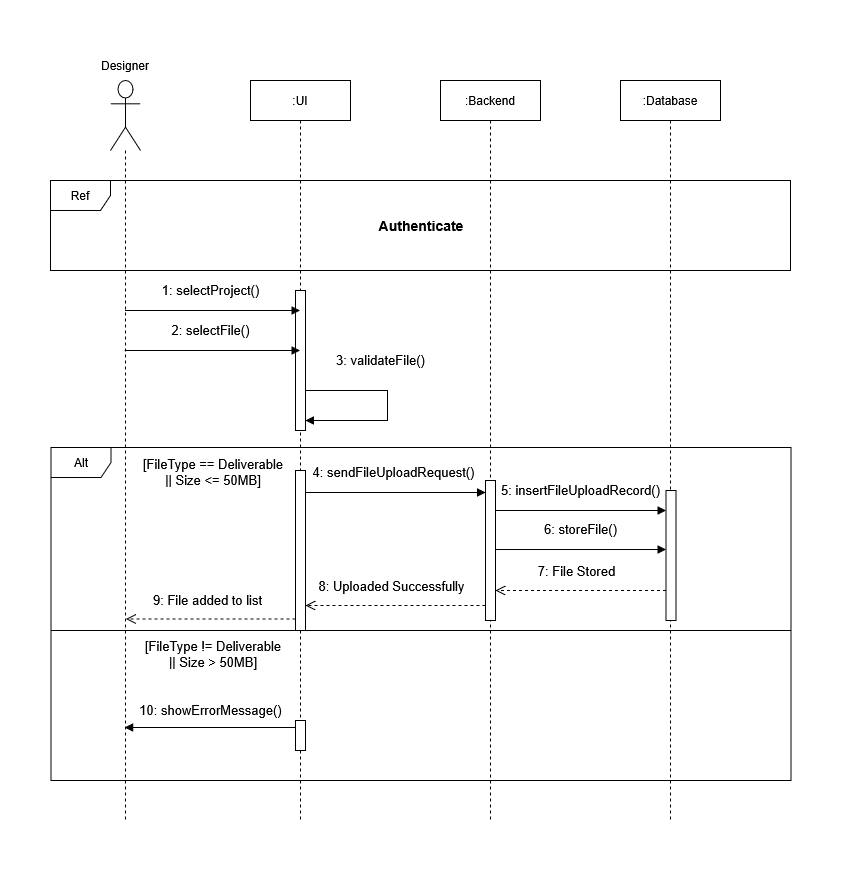
Above: docs/diagrams/SequenceFileUpload.drawio.png in mahdi000666/DesignFlow (draw.io), before the change. Source tidied: cells renumbered, new cells last; positions are measured from the earlier drawing's top-left corner, leaving out a move shared by most shapes.
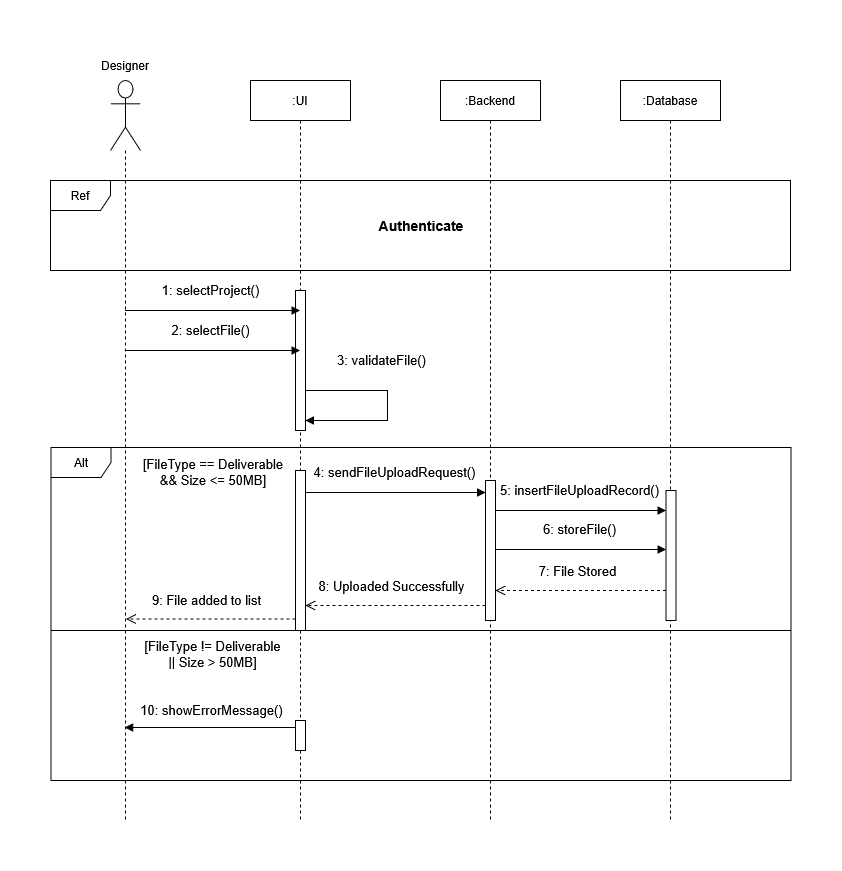
After the commit.

Change to the diagram source:
```diff
@@ -77,7 +77,7 @@
     <mxCell id="19" value="Alt" style="shape=umlFrame;whiteSpace=wrap;html=1;" parent="1" vertex="1">
       <mxGeometry x="0.5" y="397" width="740" height="333" as="geometry" />
     </mxCell>
-    <mxCell id="20" value="&lt;div&gt;[FileType == Deliverable&lt;/div&gt;&lt;div&gt;|| Size &amp;lt;= 50MB]&lt;/div&gt;" style="text;html=1;whiteSpace=wrap;strokeColor=none;fillColor=none;align=center;verticalAlign=middle;rounded=0;fontSize=13;" parent="1" vertex="1">
+    <mxCell id="20" value="&lt;div&gt;[FileType == Deliverable&lt;/div&gt;&lt;div&gt;&amp;amp;&amp;amp; Size &amp;lt;= 50MB]&lt;/div&gt;" style="text;html=1;whiteSpace=wrap;strokeColor=none;fillColor=none;align=center;verticalAlign=middle;rounded=0;fontSize=13;" parent="1" vertex="1">
       <mxGeometry x="72.5" y="407" width="180" height="30" as="geometry" />
     </mxCell>
     <mxCell id="21" value="9: File added to list" style="html=1;verticalAlign=bottom;endArrow=open;dashed=1;endSize=8;fontSize=13;" parent="1" edge="1">
```
